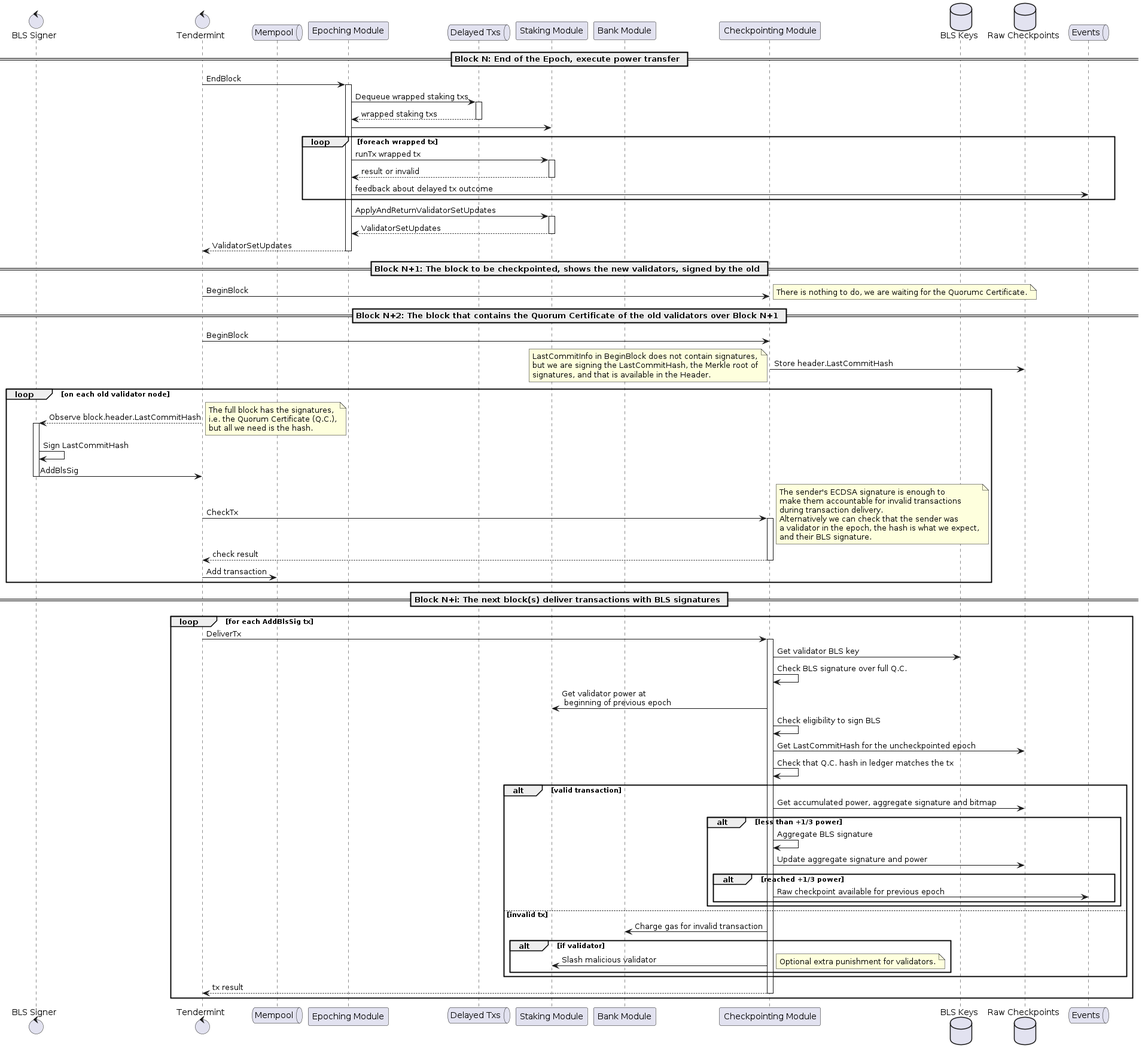
babylonchain/babylon keeps this PlantUML diagram as docs/diagrams/create_raw_checkpoint.png. Above is the earlier version.
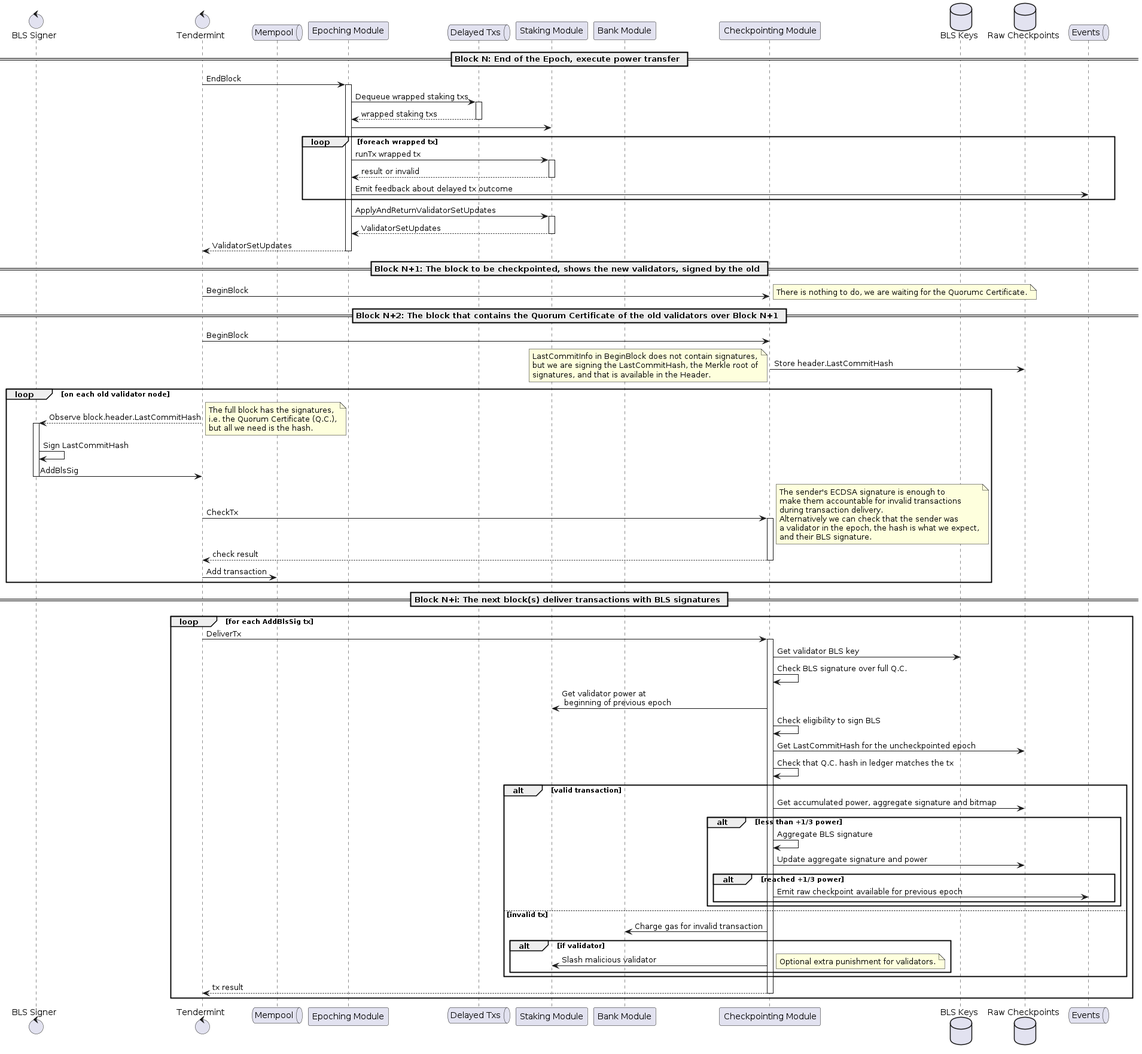
The same diagram one commit later.

Commit message:
BM-4: Rewards and unbonding as soon as checkpoint is stable.

The edit, as a diff of the source:
```diff
@@ -20,7 +20,7 @@
 loop foreach wrapped tx
   epoching -> staking ++ : runTx wrapped tx
   return result or invalid
-  epoching -> Events : feedback about delayed tx outcome
+  epoching -> Events : Emit feedback about delayed tx outcome
 end
 epoching -> staking ++ : ApplyAndReturnValidatorSetUpdates
 return ValidatorSetUpdates
@@ -82,7 +82,7 @@
       checkpointing -> checkpointing : Aggregate BLS signature
       checkpointing -> rawckpts : Update aggregate signature and power
       alt reached +1/3 power
-        checkpointing -> Events : Raw checkpoint available for previous epoch
+        checkpointing -> Events : Emit raw checkpoint available for previous epoch
       end
     end
   else invalid tx
```
